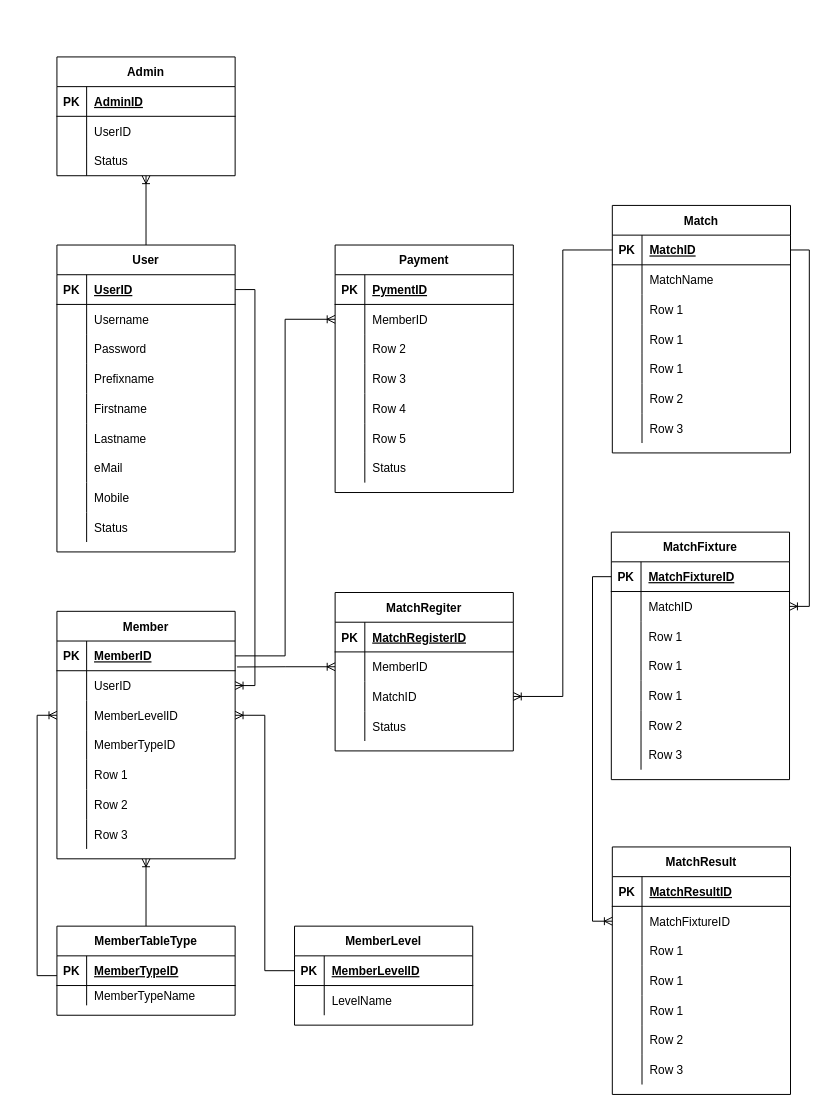
bombomstory/ECMS keeps this draw.io diagram as er-diagram/ER-ECMS.drawio. Above is the earlier version. Source tidied: cells renumbered, new cells numbered last; positions are measured from the earlier drawing's top-left corner, leaving out a move shared by most shapes. Both pictures are drawn from the tidied source at 99%, with x=0, y=0 at pixel (37, 56).
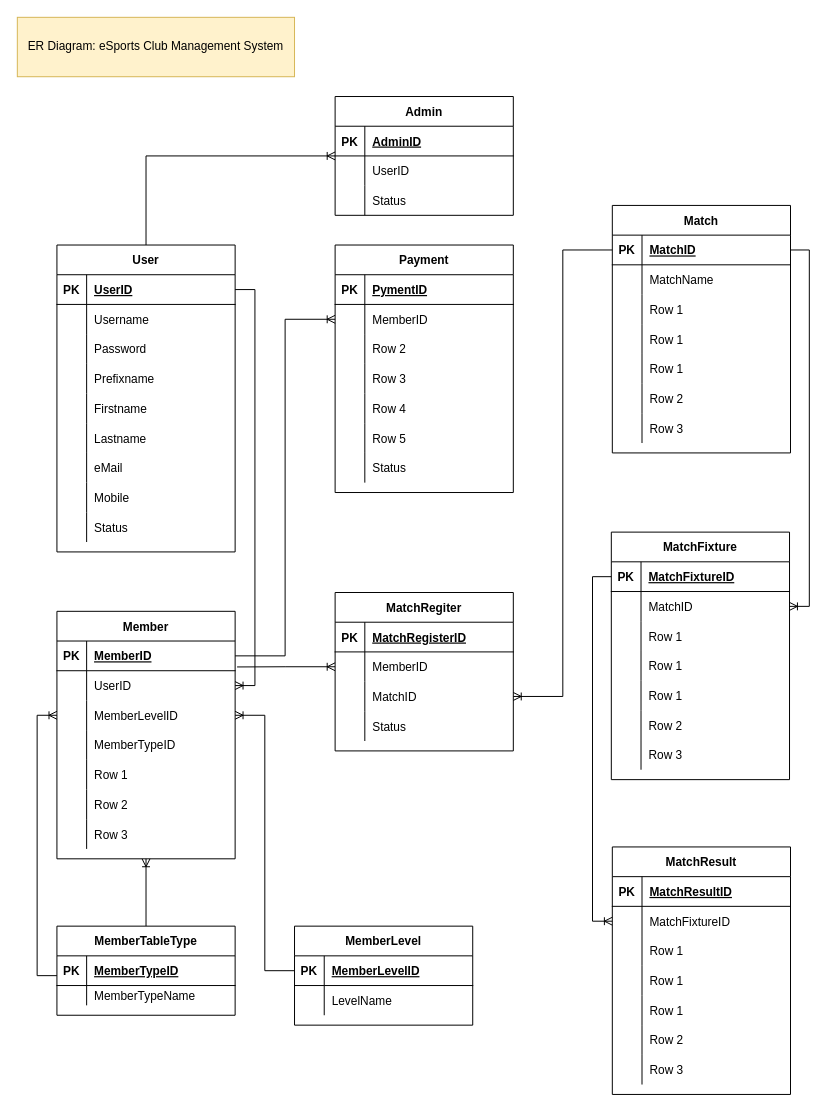
The same diagram, later.

Change to the diagram source:
```diff
@@
     <mxCell id="3" value="Admin" style="shape=table;startSize=30;childLayout=tableLayout;rowLines=0;fontStyle=1;align=center;" parent="1" vertex="1">
-      <mxGeometry x="20" width="180" height="120" as="geometry" />
+      <mxGeometry x="301" y="40" width="180" height="120" as="geometry" />
     </mxCell>
@@
+    <mxCell id="187" value="ER Diagram: eSports Club Management System" style="text;html=1;strokeColor=#d6b656;fillColor=#fff2cc;align=center;verticalAlign=middle;whiteSpace=wrap;rounded=0;" parent="1" vertex="1">
+      <mxGeometry x="-20" y="-40" width="280" height="60" as="geometry" />
+    </mxCell>
```
